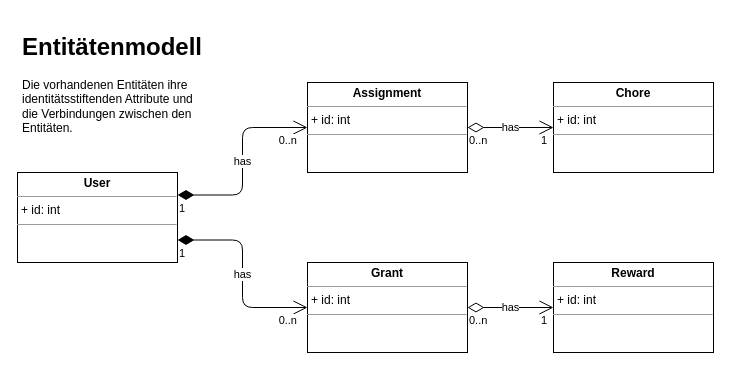
The draw.io diagram page "Entitäten" (1 of 3) of doc/Enitätenmodell.drawio in schenkjan/MarbleCollector, before the edit. Source tidied: cells renumbered, new cells numbered last; positions are measured from the earlier drawing's top-left corner, leaving out a move shared by most shapes. Both pictures are drawn from the tidied source at 100%, with x=0, y=0 at pixel (17, 27).
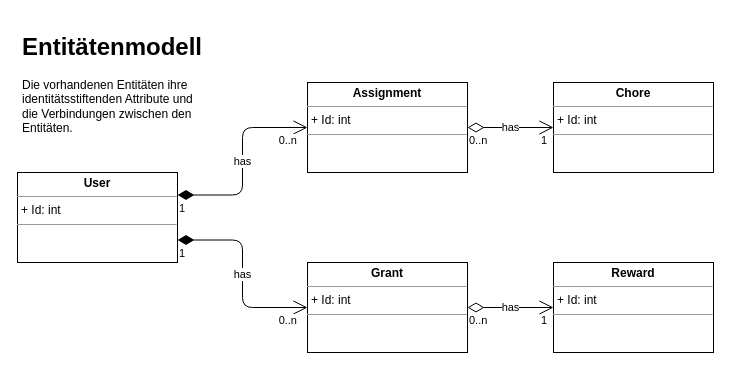
The same diagram, later.

Change to the diagram source:
```diff
@@
-    <mxCell id="2" value="&lt;p style=&quot;margin: 0px ; margin-top: 4px ; text-align: center&quot;&gt;&lt;b&gt;User&lt;/b&gt;&lt;/p&gt;&lt;hr size=&quot;1&quot;&gt;&lt;p style=&quot;margin: 0px ; margin-left: 4px&quot;&gt;+ id: int&lt;/p&gt;&lt;hr size=&quot;1&quot;&gt;&lt;p style=&quot;margin: 0px ; margin-left: 4px&quot;&gt;&lt;br&gt;&lt;/p&gt;" style="verticalAlign=top;align=left;overflow=fill;fontSize=12;fontFamily=Helvetica;html=1;" parent="1" vertex="1">
+    <mxCell id="2" value="&lt;p style=&quot;margin: 0px ; margin-top: 4px ; text-align: center&quot;&gt;&lt;b&gt;User&lt;/b&gt;&lt;/p&gt;&lt;hr size=&quot;1&quot;&gt;&lt;p style=&quot;margin: 0px ; margin-left: 4px&quot;&gt;+ Id: int&lt;/p&gt;&lt;hr size=&quot;1&quot;&gt;&lt;p style=&quot;margin: 0px ; margin-left: 4px&quot;&gt;&lt;br&gt;&lt;/p&gt;" style="verticalAlign=top;align=left;overflow=fill;fontSize=12;fontFamily=Helvetica;html=1;" parent="1" vertex="1">
       <mxGeometry y="145" width="160" height="90" as="geometry" />
     </mxCell>
-    <mxCell id="3" value="&lt;p style=&quot;margin: 0px ; margin-top: 4px ; text-align: center&quot;&gt;&lt;b&gt;Chore&lt;/b&gt;&lt;/p&gt;&lt;hr size=&quot;1&quot;&gt;&lt;p style=&quot;margin: 0px ; margin-left: 4px&quot;&gt;+ id: int&lt;/p&gt;&lt;hr size=&quot;1&quot;&gt;&lt;p style=&quot;margin: 0px ; margin-left: 4px&quot;&gt;&lt;br&gt;&lt;/p&gt;" style="verticalAlign=top;align=left;overflow=fill;fontSize=12;fontFamily=Helvetica;html=1;" parent="1" vertex="1">
+    <mxCell id="3" value="&lt;p style=&quot;margin: 0px ; margin-top: 4px ; text-align: center&quot;&gt;&lt;b&gt;Chore&lt;/b&gt;&lt;/p&gt;&lt;hr size=&quot;1&quot;&gt;&lt;p style=&quot;margin: 0px ; margin-left: 4px&quot;&gt;+ Id: int&lt;/p&gt;&lt;hr size=&quot;1&quot;&gt;&lt;p style=&quot;margin: 0px ; margin-left: 4px&quot;&gt;&lt;br&gt;&lt;/p&gt;" style="verticalAlign=top;align=left;overflow=fill;fontSize=12;fontFamily=Helvetica;html=1;" parent="1" vertex="1">
       <mxGeometry x="536" y="55" width="160" height="90" as="geometry" />
     </mxCell>
-    <mxCell id="4" value="&lt;p style=&quot;margin: 0px ; margin-top: 4px ; text-align: center&quot;&gt;&lt;b&gt;Reward&lt;/b&gt;&lt;/p&gt;&lt;hr size=&quot;1&quot;&gt;&lt;p style=&quot;margin: 0px ; margin-left: 4px&quot;&gt;+ id: int&lt;/p&gt;&lt;hr size=&quot;1&quot;&gt;&lt;p style=&quot;margin: 0px ; margin-left: 4px&quot;&gt;&lt;br&gt;&lt;/p&gt;" style="verticalAlign=top;align=left;overflow=fill;fontSize=12;fontFamily=Helvetica;html=1;" parent="1" vertex="1">
+    <mxCell id="4" value="&lt;p style=&quot;margin: 0px ; margin-top: 4px ; text-align: center&quot;&gt;&lt;b&gt;Reward&lt;/b&gt;&lt;/p&gt;&lt;hr size=&quot;1&quot;&gt;&lt;p style=&quot;margin: 0px ; margin-left: 4px&quot;&gt;+ Id: int&lt;/p&gt;&lt;hr size=&quot;1&quot;&gt;&lt;p style=&quot;margin: 0px ; margin-left: 4px&quot;&gt;&lt;br&gt;&lt;/p&gt;" style="verticalAlign=top;align=left;overflow=fill;fontSize=12;fontFamily=Helvetica;html=1;" parent="1" vertex="1">
       <mxGeometry x="536" y="235" width="160" height="90" as="geometry" />
     </mxCell>
@@
-    <mxCell id="6" value="&lt;p style=&quot;margin: 0px ; margin-top: 4px ; text-align: center&quot;&gt;&lt;b&gt;Assignment&lt;/b&gt;&lt;/p&gt;&lt;hr size=&quot;1&quot;&gt;&lt;p style=&quot;margin: 0px ; margin-left: 4px&quot;&gt;+ id: int&lt;/p&gt;&lt;hr size=&quot;1&quot;&gt;&lt;p style=&quot;margin: 0px ; margin-left: 4px&quot;&gt;&lt;br&gt;&lt;/p&gt;" style="verticalAlign=top;align=left;overflow=fill;fontSize=12;fontFamily=Helvetica;html=1;" parent="1" vertex="1">
+    <mxCell id="6" value="&lt;p style=&quot;margin: 0px ; margin-top: 4px ; text-align: center&quot;&gt;&lt;b&gt;Assignment&lt;/b&gt;&lt;/p&gt;&lt;hr size=&quot;1&quot;&gt;&lt;p style=&quot;margin: 0px ; margin-left: 4px&quot;&gt;+ Id: int&lt;/p&gt;&lt;hr size=&quot;1&quot;&gt;&lt;p style=&quot;margin: 0px ; margin-left: 4px&quot;&gt;&lt;br&gt;&lt;/p&gt;" style="verticalAlign=top;align=left;overflow=fill;fontSize=12;fontFamily=Helvetica;html=1;" parent="1" vertex="1">
       <mxGeometry x="290" y="55" width="160" height="90" as="geometry" />
     </mxCell>
-    <mxCell id="7" value="&lt;p style=&quot;margin: 0px ; margin-top: 4px ; text-align: center&quot;&gt;&lt;b&gt;Grant&lt;/b&gt;&lt;/p&gt;&lt;hr size=&quot;1&quot;&gt;&lt;p style=&quot;margin: 0px ; margin-left: 4px&quot;&gt;+ id: int&lt;/p&gt;&lt;hr size=&quot;1&quot;&gt;&lt;p style=&quot;margin: 0px ; margin-left: 4px&quot;&gt;&lt;br&gt;&lt;/p&gt;" style="verticalAlign=top;align=left;overflow=fill;fontSize=12;fontFamily=Helvetica;html=1;" parent="1" vertex="1">
+    <mxCell id="7" value="&lt;p style=&quot;margin: 0px ; margin-top: 4px ; text-align: center&quot;&gt;&lt;b&gt;Grant&lt;/b&gt;&lt;/p&gt;&lt;hr size=&quot;1&quot;&gt;&lt;p style=&quot;margin: 0px ; margin-left: 4px&quot;&gt;+ Id: int&lt;/p&gt;&lt;hr size=&quot;1&quot;&gt;&lt;p style=&quot;margin: 0px ; margin-left: 4px&quot;&gt;&lt;br&gt;&lt;/p&gt;" style="verticalAlign=top;align=left;overflow=fill;fontSize=12;fontFamily=Helvetica;html=1;" parent="1" vertex="1">
       <mxGeometry x="290" y="235" width="160" height="90" as="geometry" />
     </mxCell>
```
